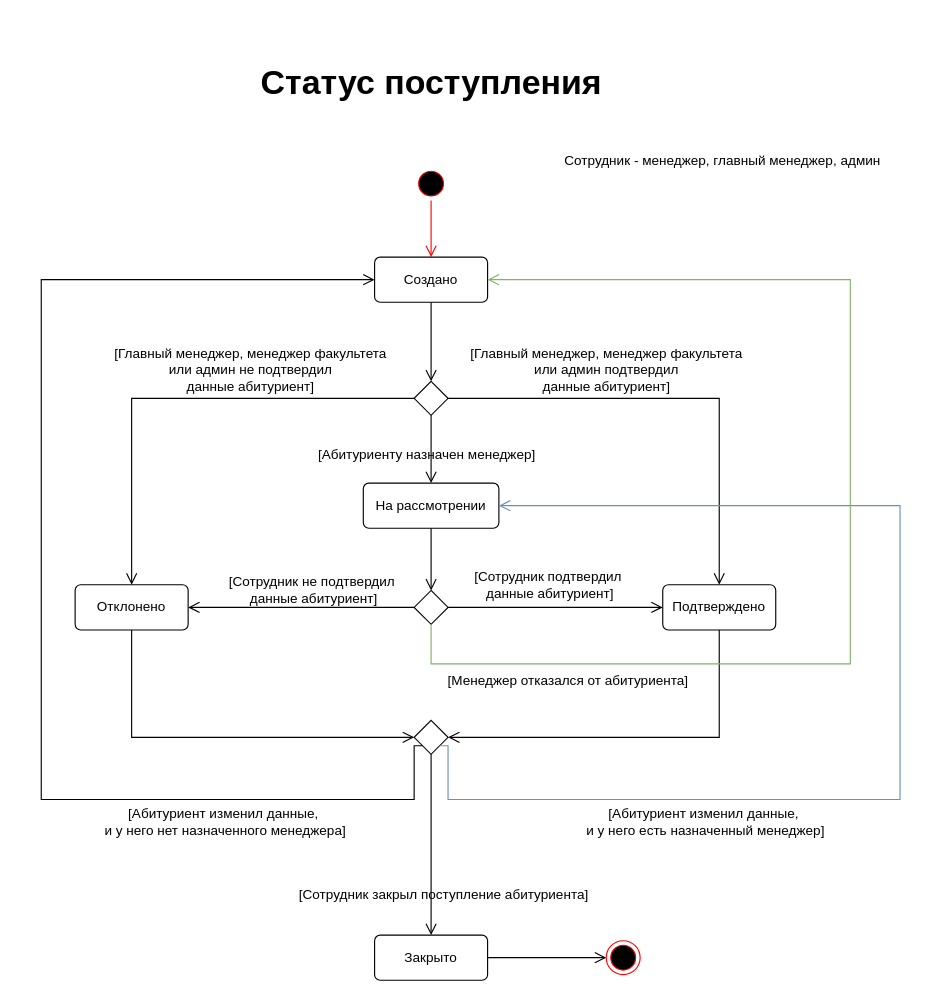
The draw.io diagram page "State diagram" (6 of 7) of AdmissionSystem.drawio.xml in kubavsop/UniversityAdmission, before the edit. Source tidied: cells renumbered, new cells numbered last; positions are measured from the earlier drawing's top-left corner, leaving out a move shared by most shapes. Both pictures are drawn from the tidied source at 113%, with x=0, y=0 at pixel (41, 53).
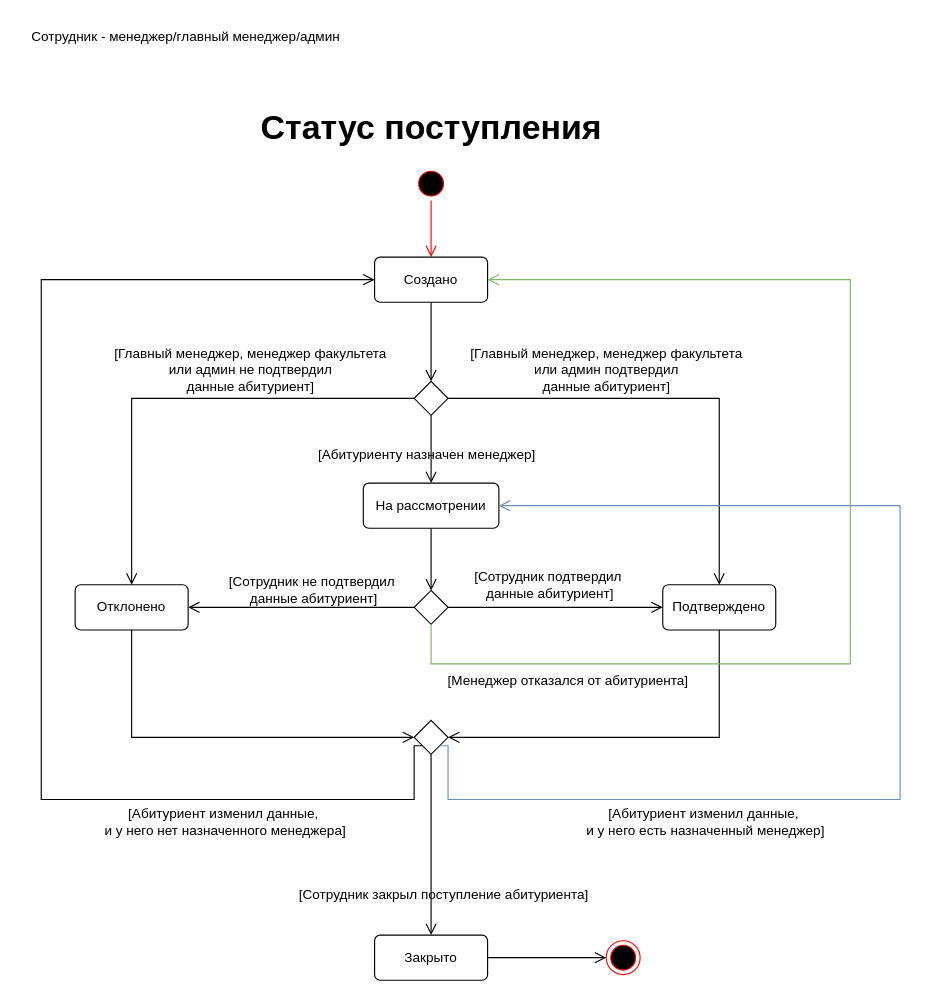
The same page after the edit.

What changed in the source:
```diff
@@
     <mxCell id="8" value="&lt;b&gt;&lt;font style=&quot;font-size: 30px;&quot;&gt;Статус поступления&lt;/font&gt;&lt;/b&gt;" style="text;html=1;align=center;verticalAlign=middle;strokeColor=none;fillColor=none;" parent="1" vertex="1">
-      <mxGeometry x="180" width="330" height="50" as="geometry" />
+      <mxGeometry x="180" y="40" width="330" height="50" as="geometry" />
     </mxCell>
@@
-    <mxCell id="37" value="Сотрудник - менеджер, главный менеджер, админ&amp;nbsp;&amp;nbsp;" style="text;html=1;align=center;verticalAlign=middle;strokeColor=none;fillColor=none;" parent="1" vertex="1">
-      <mxGeometry x="451" y="80" width="310" height="30" as="geometry" />
+    <mxCell id="37" value="Сотрудник - менеджер/главный менеджер/админ&amp;nbsp;&amp;nbsp;" style="text;html=1;align=center;verticalAlign=middle;strokeColor=none;fillColor=none;" parent="1" vertex="1">
+      <mxGeometry x="-19" y="-30" width="300" height="30" as="geometry" />
     </mxCell>
```
